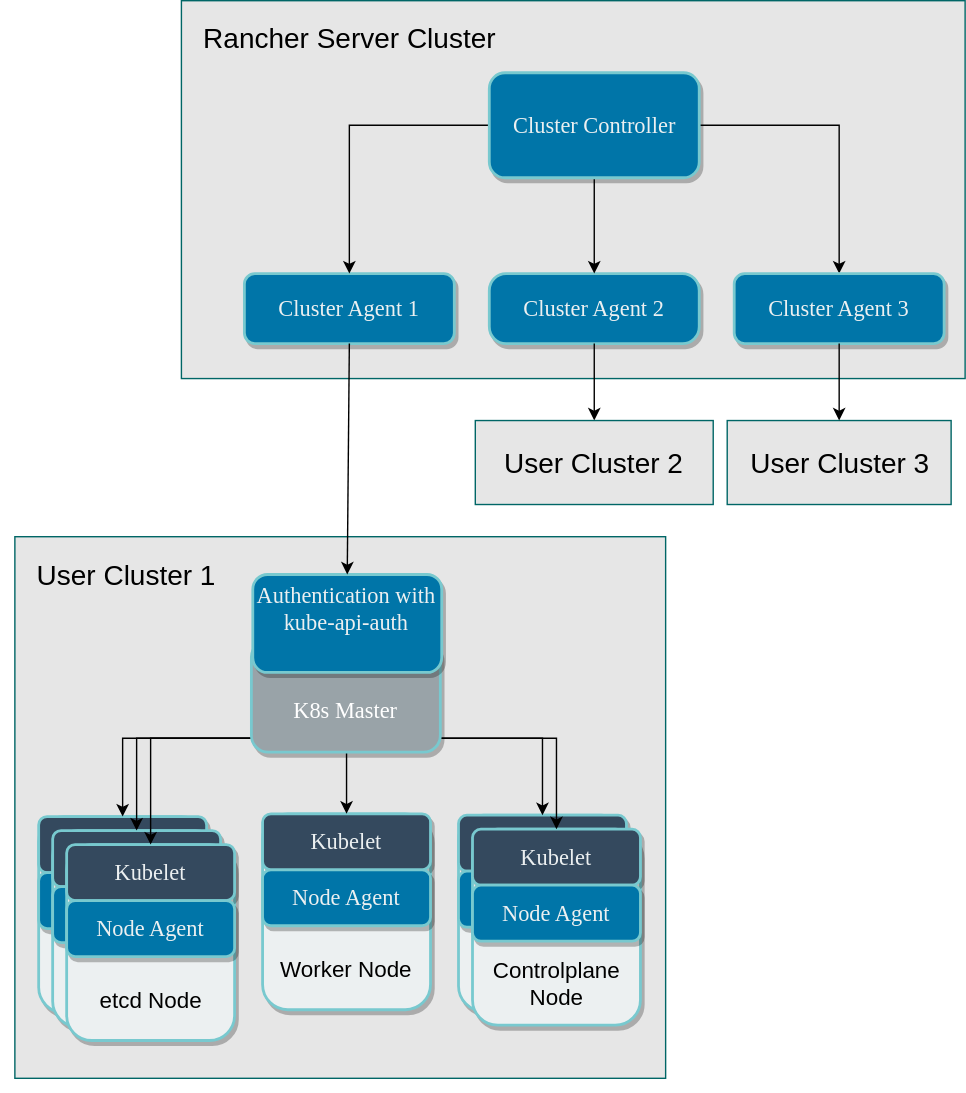
The draw.io diagram static/img/rancher/rancher-architecture-cluster-controller.svg in rancher/docs, before a commit. Source tidied: cells renumbered, new cells last; positions are measured from the earlier drawing's top-left corner, leaving out a move shared by most shapes.
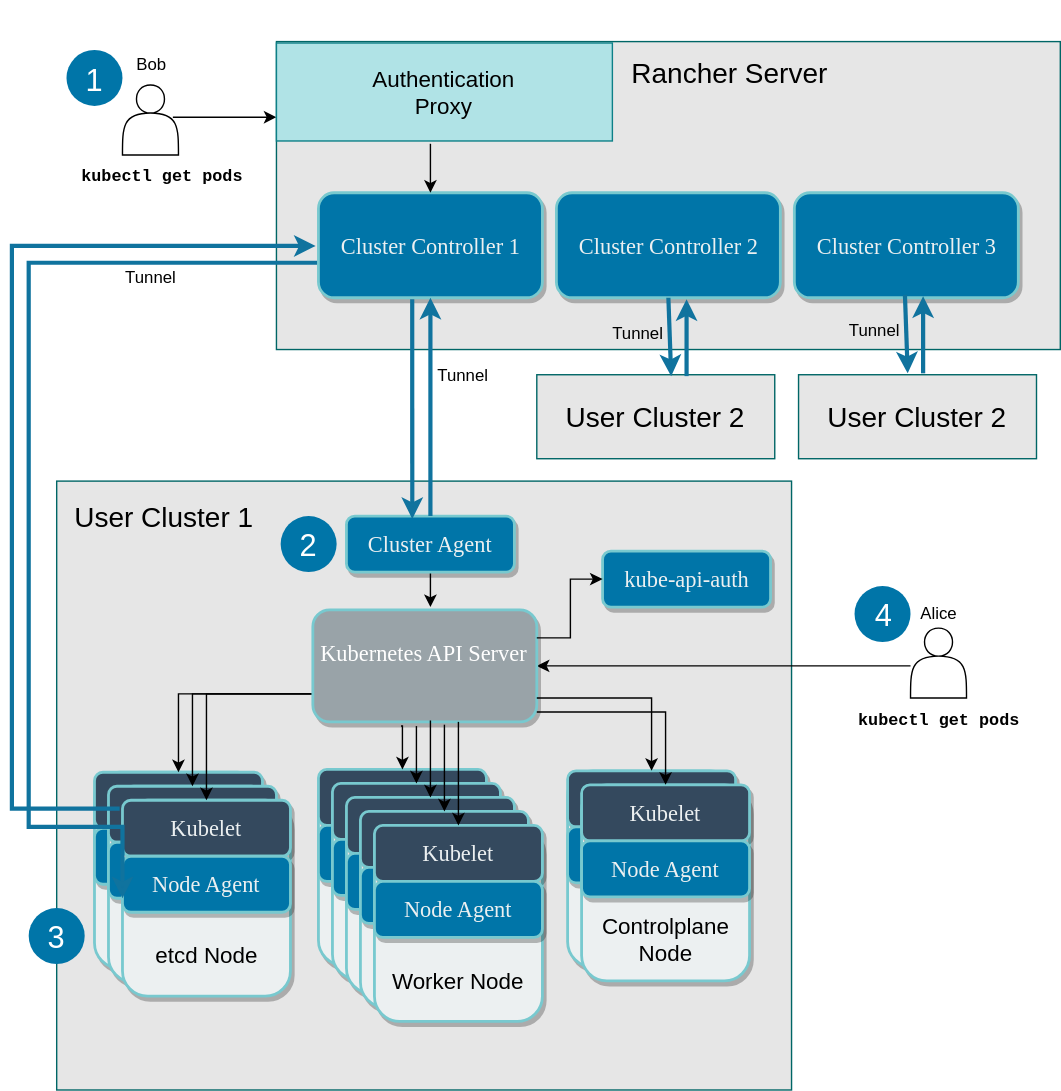
The same file after the commit.

Commit message:
Rewrite section about how Rancher communicates with clusters

Diff of the diagram source:
```diff
@@ -82,13 +82,16 @@
       <mxGeometry x="354" y="320" width="140" height="20" as="geometry" />
     </mxCell>
     <mxCell id="24" style="group;" parent="1" vertex="1">
-      <mxGeometry y="380" width="465" height="400" as="geometry" />
+      <mxGeometry y="380" width="475" height="400" as="geometry" />
     </mxCell>
     <mxCell id="25" style="group;" parent="24" vertex="1">
-      <mxGeometry width="465" height="400" as="geometry" />
+      <mxGeometry width="475" height="400" as="geometry" />
     </mxCell>
+    <mxCell id="70" style="group;" parent="25" vertex="1">
+      <mxGeometry x="10" width="465" height="400" as="geometry" />
+    </mxCell>
-    <mxCell id="26" style="group;" parent="25" vertex="1">
-      <mxGeometry x="10" width="465" height="400" as="geometry" />
+    <mxCell id="26" style="group;" parent="70" vertex="1">
+      <mxGeometry width="465" height="400" as="geometry" />
     </mxCell>
     <mxCell id="27" style="whiteSpace=wrap;html=1;fontColor=none;labelBackgroundColor=none;noLabel=1;strokeColor=#006666;fillColor=#E6E6E6;" parent="26" vertex="1">
       <mxGeometry y="3" width="465" height="387" as="geometry" />
@@ -233,8 +236,8 @@
     <mxCell id="67" value="&lt;font style=&quot;font-size: 20px&quot;&gt;User Cluster 1&lt;/font&gt;" style="text;html=1;align=center;verticalAlign=middle;fillColor=none;strokeColor=none;rounded=0;labelBackgroundColor=none;fontColor=#000000;" parent="26" vertex="1">
       <mxGeometry x="10" y="20" width="140" height="20" as="geometry" />
     </mxCell>
-    <mxCell id="68" value="&lt;div style=&quot;text-align: center ; font-size: 16px&quot;&gt;&lt;font style=&quot;font-size: 16px&quot; face=&quot;Tahoma&quot;&gt;&lt;span&gt;&lt;font style=&quot;font-size: 16px&quot; color=&quot;#ecf0f1&quot;&gt;Authentication with&lt;/font&gt;&lt;/span&gt;&lt;/font&gt;&lt;/div&gt;&lt;div style=&quot;text-align: center ; font-size: 16px&quot;&gt;&lt;font style=&quot;font-size: 16px&quot; face=&quot;Tahoma&quot;&gt;&lt;span&gt;&lt;font style=&quot;font-size: 16px&quot; color=&quot;#ecf0f1&quot;&gt;kube-api-auth&lt;br&gt;&lt;/font&gt;&lt;/span&gt;&lt;/font&gt;&lt;/div&gt;" style="rounded=1;whiteSpace=wrap;html=1;shadow=1;comic=0;strokeColor=#78C9CF;strokeWidth=2;fillColor=#0075A8;fontColor=#313131;align=center;fontFamily=roboto;gradientColor=none;" parent="25" vertex="1">
-      <mxGeometry x="180" y="30" width="135" height="70" as="geometry" />
+    <mxCell id="68" value="&lt;div style=&quot;text-align: center ; font-size: 16px&quot;&gt;&lt;font style=&quot;font-size: 16px&quot; face=&quot;Tahoma&quot;&gt;&lt;span&gt;&lt;font style=&quot;font-size: 16px&quot; color=&quot;#ecf0f1&quot;&gt;Authentication with&lt;/font&gt;&lt;/span&gt;&lt;/font&gt;&lt;/div&gt;&lt;div style=&quot;text-align: center ; font-size: 16px&quot;&gt;&lt;font style=&quot;font-size: 16px&quot; face=&quot;Tahoma&quot;&gt;&lt;span&gt;&lt;font style=&quot;font-size: 16px&quot; color=&quot;#ecf0f1&quot;&gt;kube-api-auth&lt;br&gt;&lt;/font&gt;&lt;/span&gt;&lt;/font&gt;&lt;/div&gt;" style="rounded=1;whiteSpace=wrap;html=1;shadow=1;comic=0;strokeColor=#78C9CF;strokeWidth=2;fillColor=#0075A8;fontColor=#313131;align=center;fontFamily=roboto;gradientColor=none;" parent="70" vertex="1">
+      <mxGeometry x="170" y="30" width="135" height="70" as="geometry" />
     </mxCell>
     <mxCell id="69" style="endArrow=classic;html=1;exitX=0.5;exitY=1;exitDx=0;exitDy=0;entryX=0.5;entryY=0;entryDx=0;entryDy=0;" parent="1" edge="1" source="6" target="68">
       <mxGeometry relative="1" as="geometry" />
```
